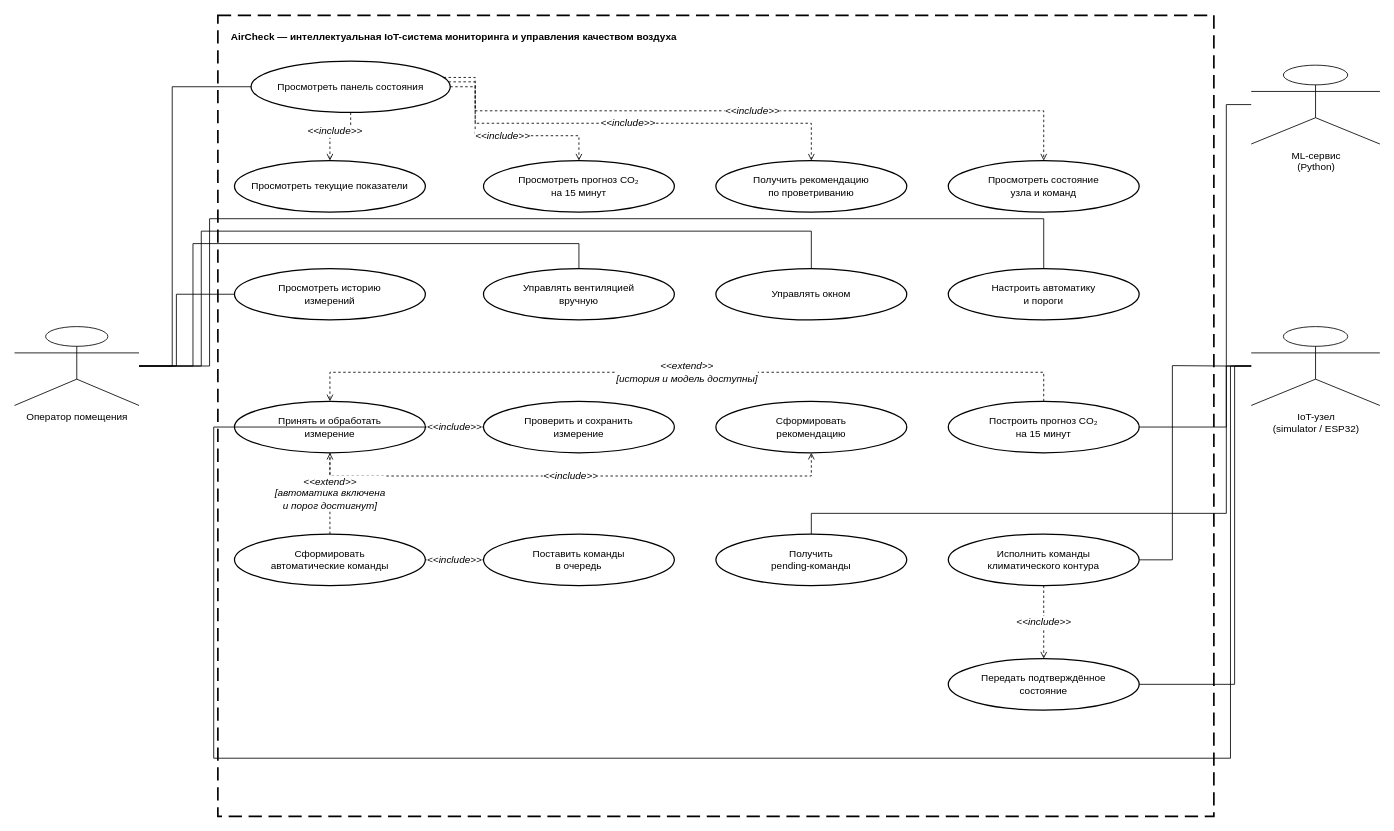
Above: docs/diagrams/use-case.drawio in Garun-mp4/air_check_system (draw.io), before the change. Source tidied: cells renumbered, new cells numbered last; positions are measured from the earlier drawing's top-left corner, leaving out a move shared by most shapes. Both pictures are drawn from the tidied source at 83%, with x=0, y=0 at pixel (14, 15).
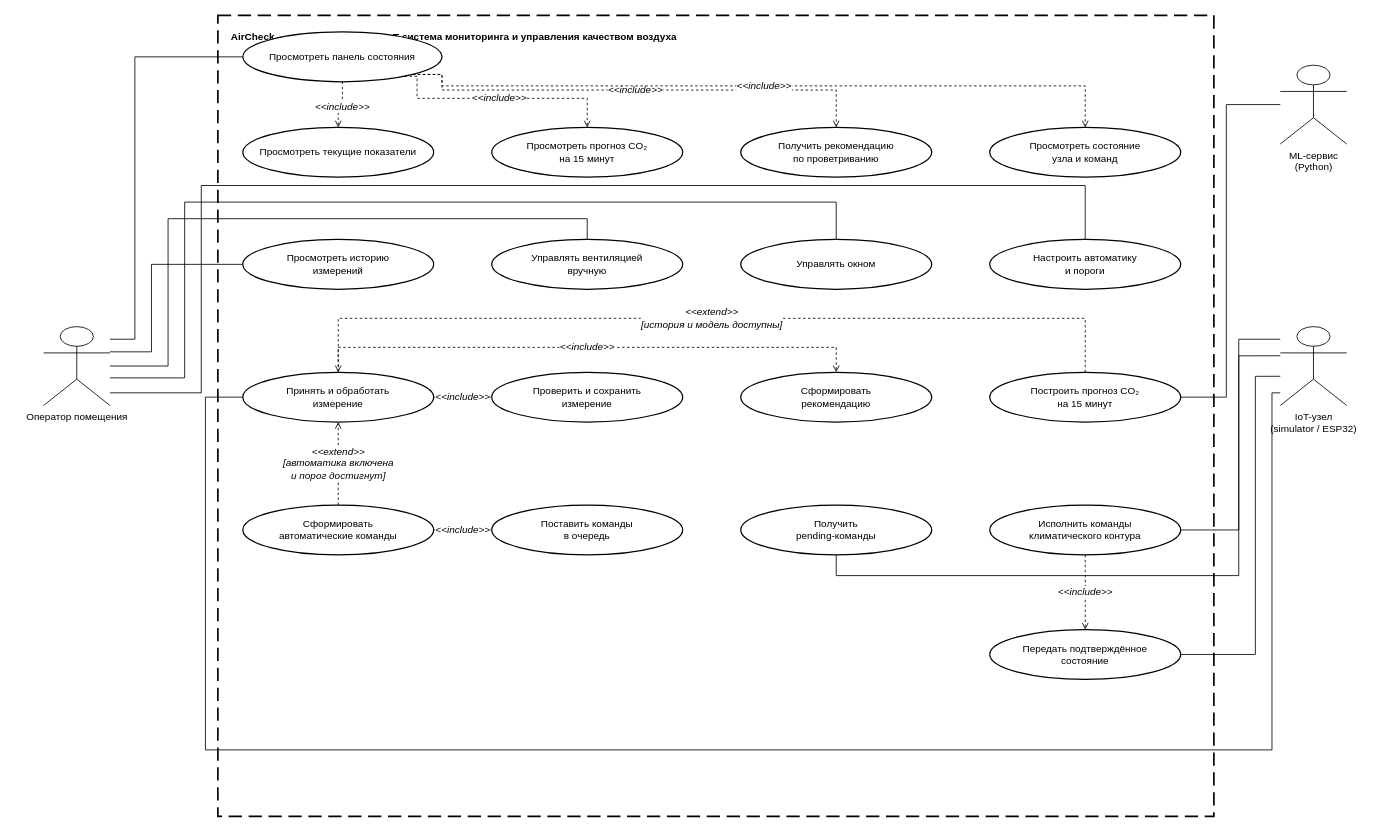
After the change.

Diff of the diagram source:
```diff
@@
     <mxCell id="3" value="Оператор помещения" style="shape=umlActor;verticalLabelPosition=bottom;verticalAlign=top;html=1;outlineConnect=0;" parent="1" vertex="1">
-      <mxGeometry y="375" width="150" height="95" as="geometry" />
+      <mxGeometry x="35" y="375" width="80" height="95" as="geometry" />
     </mxCell>
     <mxCell id="4" value="IoT-узел&#10;(simulator / ESP32)" style="shape=umlActor;verticalLabelPosition=bottom;verticalAlign=top;html=1;outlineConnect=0;" parent="1" vertex="1">
-      <mxGeometry x="1490" y="375" width="155" height="95" as="geometry" />
+      <mxGeometry x="1525" y="375" width="80" height="95" as="geometry" />
     </mxCell>
     <mxCell id="5" value="ML-сервис&#10;(Python)" style="shape=umlActor;verticalLabelPosition=bottom;verticalAlign=top;html=1;outlineConnect=0;" parent="1" vertex="1">
-      <mxGeometry x="1490" y="60" width="155" height="95" as="geometry" />
+      <mxGeometry x="1525" y="60" width="80" height="95" as="geometry" />
     </mxCell>
     <mxCell id="6" value="Просмотреть панель состояния" style="ellipse;whiteSpace=wrap;html=1;strokeWidth=1.5;" parent="1" vertex="1">
-      <mxGeometry x="285" y="55" width="240" height="62" as="geometry" />
+      <mxGeometry x="275" y="20" width="240" height="60" as="geometry" />
     </mxCell>
     <mxCell id="7" value="Просмотреть текущие показатели" style="ellipse;whiteSpace=wrap;html=1;strokeWidth=1.5;" parent="1" vertex="1">
-      <mxGeometry x="265" y="175" width="230" height="62" as="geometry" />
+      <mxGeometry x="275" y="135" width="230" height="60" as="geometry" />
     </mxCell>
     <mxCell id="8" value="Просмотреть прогноз CO₂&#10;на 15 минут" style="ellipse;whiteSpace=wrap;html=1;strokeWidth=1.5;" parent="1" vertex="1">
-      <mxGeometry x="565" y="175" width="230" height="62" as="geometry" />
+      <mxGeometry x="575" y="135" width="230" height="60" as="geometry" />
     </mxCell>
     <mxCell id="9" value="Получить рекомендацию&#10;по проветриванию" style="ellipse;whiteSpace=wrap;html=1;strokeWidth=1.5;" parent="1" vertex="1">
-      <mxGeometry x="845" y="175" width="230" height="62" as="geometry" />
+      <mxGeometry x="875" y="135" width="230" height="60" as="geometry" />
     </mxCell>
     <mxCell id="10" value="Просмотреть состояние&#10;узла и команд" style="ellipse;whiteSpace=wrap;html=1;strokeWidth=1.5;" parent="1" vertex="1">
-      <mxGeometry x="1125" y="175" width="230" height="62" as="geometry" />
+      <mxGeometry x="1175" y="135" width="230" height="60" as="geometry" />
     </mxCell>
     <mxCell id="11" value="Просмотреть историю&#10;измерений" style="ellipse;whiteSpace=wrap;html=1;strokeWidth=1.5;" parent="1" vertex="1">
-      <mxGeometry x="265" y="305" width="230" height="62" as="geometry" />
+      <mxGeometry x="275" y="270" width="230" height="60" as="geometry" />
     </mxCell>
     <mxCell id="12" value="Управлять вентиляцией&#10;вручную" style="ellipse;whiteSpace=wrap;html=1;strokeWidth=1.5;" parent="1" vertex="1">
-      <mxGeometry x="565" y="305" width="230" height="62" as="geometry" />
+      <mxGeometry x="575" y="270" width="230" height="60" as="geometry" />
     </mxCell>
     <mxCell id="13" value="Управлять окном" style="ellipse;whiteSpace=wrap;html=1;strokeWidth=1.5;" parent="1" vertex="1">
-      <mxGeometry x="845" y="305" width="230" height="62" as="geometry" />
+      <mxGeometry x="875" y="270" width="230" height="60" as="geometry" />
     </mxCell>
     <mxCell id="14" value="Настроить автоматику&#10;и пороги" style="ellipse;whiteSpace=wrap;html=1;strokeWidth=1.5;" parent="1" vertex="1">
-      <mxGeometry x="1125" y="305" width="230" height="62" as="geometry" />
+      <mxGeometry x="1175" y="270" width="230" height="60" as="geometry" />
     </mxCell>
     <mxCell id="15" value="Принять и обработать&#10;измерение" style="ellipse;whiteSpace=wrap;html=1;strokeWidth=1.5;" parent="1" vertex="1">
-      <mxGeometry x="265" y="465" width="230" height="62" as="geometry" />
+      <mxGeometry x="275" y="430" width="230" height="60" as="geometry" />
     </mxCell>
     <mxCell id="16" value="Проверить и сохранить&#10;измерение" style="ellipse;whiteSpace=wrap;html=1;strokeWidth=1.5;" parent="1" vertex="1">
-      <mxGeometry x="565" y="465" width="230" height="62" as="geometry" />
+      <mxGeometry x="575" y="430" width="230" height="60" as="geometry" />
     </mxCell>
     <mxCell id="17" value="Сформировать&#10;рекомендацию" style="ellipse;whiteSpace=wrap;html=1;strokeWidth=1.5;" parent="1" vertex="1">
-      <mxGeometry x="845" y="465" width="230" height="62" as="geometry" />
+      <mxGeometry x="875" y="430" width="230" height="60" as="geometry" />
     </mxCell>
     <mxCell id="18" value="Построить прогноз CO₂&#10;на 15 минут" style="ellipse;whiteSpace=wrap;html=1;strokeWidth=1.5;" parent="1" vertex="1">
-      <mxGeometry x="1125" y="465" width="230" height="62" as="geometry" />
+      <mxGeometry x="1175" y="430" width="230" height="60" as="geometry" />
     </mxCell>
     <mxCell id="19" value="Сформировать&#10;автоматические команды" style="ellipse;whiteSpace=wrap;html=1;strokeWidth=1.5;" parent="1" vertex="1">
-      <mxGeometry x="265" y="625" width="230" height="62" as="geometry" />
+      <mxGeometry x="275" y="590" width="230" height="60" as="geometry" />
     </mxCell>
     <mxCell id="20" value="Поставить команды&#10;в очередь" style="ellipse;whiteSpace=wrap;html=1;strokeWidth=1.5;" parent="1" vertex="1">
-      <mxGeometry x="565" y="625" width="230" height="62" as="geometry" />
+      <mxGeometry x="575" y="590" width="230" height="60" as="geometry" />
     </mxCell>
     <mxCell id="21" value="Получить&#10;pending-команды" style="ellipse;whiteSpace=wrap;html=1;strokeWidth=1.5;" parent="1" vertex="1">
-      <mxGeometry x="845" y="625" width="230" height="62" as="geometry" />
+      <mxGeometry x="875" y="590" width="230" height="60" as="geometry" />
     </mxCell>
     <mxCell id="22" value="Исполнить команды&#10;климатического контура" style="ellipse;whiteSpace=wrap;html=1;strokeWidth=1.5;" parent="1" vertex="1">
-      <mxGeometry x="1125" y="625" width="230" height="62" as="geometry" />
+      <mxGeometry x="1175" y="590" width="230" height="60" as="geometry" />
     </mxCell>
     <mxCell id="23" value="Передать подтверждённое&#10;состояние" style="ellipse;whiteSpace=wrap;html=1;strokeWidth=1.5;" parent="1" vertex="1">
-      <mxGeometry x="1125" y="775" width="230" height="62" as="geometry" />
+      <mxGeometry x="1175" y="740" width="230" height="60" as="geometry" />
     </mxCell>
-    <mxCell id="24" style="edgeStyle=orthogonalEdgeStyle;rounded=0;jettySize=auto;html=1;endArrow=none;startArrow=none;exitX=1;exitY=0.50;entryX=0;entryY=0.50;" parent="1" edge="1" source="3" target="6">
+    <mxCell id="24" style="edgeStyle=orthogonalEdgeStyle;rounded=0;jettySize=auto;html=1;endArrow=none;startArrow=none;exitX=1;exitY=0.16;entryX=0;entryY=0.5;" parent="1" edge="1" source="3" target="6">
       <mxGeometry relative="1" as="geometry">
         <Array as="points">
-          <mxPoint x="190" y="422" />
-          <mxPoint x="190" y="86" />
+          <mxPoint x="145" y="390" />
+          <mxPoint x="145" y="50" />
         </Array>
       </mxGeometry>
     </mxCell>
-    <mxCell id="25" style="edgeStyle=orthogonalEdgeStyle;rounded=0;jettySize=auto;html=1;endArrow=none;startArrow=none;exitX=1;exitY=0.50;entryX=0;entryY=0.50;" parent="1" edge="1" source="3" target="11">
+    <mxCell id="25" style="edgeStyle=orthogonalEdgeStyle;rounded=0;jettySize=auto;html=1;endArrow=none;startArrow=none;exitX=1;exitY=0.32;entryX=0;entryY=0.5;" parent="1" edge="1" source="3" target="11">
       <mxGeometry relative="1" as="geometry">
         <Array as="points">
-          <mxPoint x="195" y="422" />
-          <mxPoint x="195" y="336" />
+          <mxPoint x="165" y="405" />
+          <mxPoint x="165" y="300" />
         </Array>
       </mxGeometry>
     </mxCell>
-    <mxCell id="26" style="edgeStyle=orthogonalEdgeStyle;rounded=0;jettySize=auto;html=1;endArrow=none;startArrow=none;exitX=1;exitY=0.50;entryX=0.50;entryY=0;" parent="1" edge="1" source="3" target="12">
+    <mxCell id="26" style="edgeStyle=orthogonalEdgeStyle;rounded=0;jettySize=auto;html=1;endArrow=none;startArrow=none;exitX=1;exitY=0.5;entryX=0.5;entryY=0;" parent="1" edge="1" source="3" target="12">
       <mxGeometry relative="1" as="geometry">
         <Array as="points">
-          <mxPoint x="215" y="422" />
-          <mxPoint x="215" y="275" />
-          <mxPoint x="680" y="275" />
+          <mxPoint x="185" y="422" />
+          <mxPoint x="185" y="245" />
+          <mxPoint x="690" y="245" />
         </Array>
       </mxGeometry>
     </mxCell>
-    <mxCell id="27" style="edgeStyle=orthogonalEdgeStyle;rounded=0;jettySize=auto;html=1;endArrow=none;startArrow=none;exitX=1;exitY=0.50;entryX=0.50;entryY=0;" parent="1" edge="1" source="3" target="13">
+    <mxCell id="27" style="edgeStyle=orthogonalEdgeStyle;rounded=0;jettySize=auto;html=1;endArrow=none;startArrow=none;exitX=1;exitY=0.65;entryX=0.5;entryY=0;" parent="1" edge="1" source="3" target="13">
       <mxGeometry relative="1" as="geometry">
         <Array as="points">
-          <mxPoint x="225" y="422" />
-          <mxPoint x="225" y="260" />
-          <mxPoint x="960" y="260" />
+          <mxPoint x="205" y="437" />
+          <mxPoint x="205" y="225" />
+          <mxPoint x="990" y="225" />
         </Array>
       </mxGeometry>
     </mxCell>
-    <mxCell id="28" style="edgeStyle=orthogonalEdgeStyle;rounded=0;jettySize=auto;html=1;endArrow=none;startArrow=none;exitX=1;exitY=0.50;entryX=0.50;entryY=0;" parent="1" edge="1" source="3" target="14">
+    <mxCell id="28" style="edgeStyle=orthogonalEdgeStyle;rounded=0;jettySize=auto;html=1;endArrow=none;startArrow=none;exitX=1;exitY=0.84;entryX=0.5;entryY=0;" parent="1" edge="1" source="3" target="14">
       <mxGeometry relative="1" as="geometry">
         <Array as="points">
-          <mxPoint x="235" y="422" />
-          <mxPoint x="235" y="245" />
-          <mxPoint x="1240" y="245" />
+          <mxPoint x="225" y="455" />
+          <mxPoint x="225" y="205" />
+          <mxPoint x="1290" y="205" />
         </Array>
       </mxGeometry>
     </mxCell>
-    <mxCell id="29" style="edgeStyle=orthogonalEdgeStyle;rounded=0;jettySize=auto;html=1;endArrow=none;startArrow=none;exitX=0;exitY=0.50;entryX=0.50;entryY=0;" parent="1" edge="1" source="4" target="21">
+    <mxCell id="29" style="edgeStyle=orthogonalEdgeStyle;rounded=0;jettySize=auto;html=1;endArrow=none;startArrow=none;exitX=0;exitY=0.16;entryX=0.5;entryY=1;" parent="1" edge="1" source="4" target="21">
       <mxGeometry relative="1" as="geometry">
         <Array as="points">
-          <mxPoint x="1460" y="422" />
-          <mxPoint x="1460" y="600" />
-          <mxPoint x="960" y="600" />
+          <mxPoint x="1475" y="390" />
+          <mxPoint x="1475" y="675" />
+          <mxPoint x="990" y="675" />
         </Array>
       </mxGeometry>
     </mxCell>
-    <mxCell id="30" style="edgeStyle=orthogonalEdgeStyle;rounded=0;jettySize=auto;html=1;endArrow=none;startArrow=none;exitX=0;exitY=0.50;entryX=1;entryY=0.50;" parent="1" edge="1" source="4" target="22">
+    <mxCell id="30" style="edgeStyle=orthogonalEdgeStyle;rounded=0;jettySize=auto;html=1;endArrow=none;startArrow=none;exitX=0;exitY=0.37;entryX=1;entryY=0.5;" parent="1" edge="1" source="4" target="22">
       <mxGeometry relative="1" as="geometry">
         <Array as="points">
-          <mxPoint x="1460" y="422" />
-          <mxPoint x="1395" y="422" />
-          <mxPoint x="1395" y="656" />
+          <mxPoint x="1475" y="410" />
+          <mxPoint x="1475" y="620" />
         </Array>
       </mxGeometry>
     </mxCell>
-    <mxCell id="31" style="edgeStyle=orthogonalEdgeStyle;rounded=0;jettySize=auto;html=1;endArrow=none;startArrow=none;exitX=0;exitY=0.50;entryX=1;entryY=0.50;" parent="1" edge="1" source="4" target="23">
+    <mxCell id="31" style="edgeStyle=orthogonalEdgeStyle;rounded=0;jettySize=auto;html=1;endArrow=none;startArrow=none;exitX=0;exitY=0.63;entryX=1;entryY=0.5;" parent="1" edge="1" source="4" target="23">
       <mxGeometry relative="1" as="geometry">
         <Array as="points">
-          <mxPoint x="1470" y="422" />
-          <mxPoint x="1470" y="806" />
-          <mxPoint x="1355" y="806" />
+          <mxPoint x="1495" y="435" />
+          <mxPoint x="1495" y="770" />
         </Array>
       </mxGeometry>
     </mxCell>
-    <mxCell id="32" style="edgeStyle=orthogonalEdgeStyle;rounded=0;jettySize=auto;html=1;endArrow=none;startArrow=none;exitX=0;exitY=0.50;entryX=1;entryY=0.50;" parent="1" edge="1" source="4" target="15">
+    <mxCell id="32" style="edgeStyle=orthogonalEdgeStyle;rounded=0;jettySize=auto;html=1;endArrow=none;startArrow=none;exitX=0;exitY=0.84;entryX=0;entryY=0.5;" parent="1" edge="1" source="4" target="15">
       <mxGeometry relative="1" as="geometry">
         <Array as="points">
-          <mxPoint x="1465" y="422" />
-          <mxPoint x="1465" y="895" />
-          <mxPoint x="240" y="895" />
-          <mxPoint x="240" y="496" />
+          <mxPoint x="1515" y="455" />
+          <mxPoint x="1515" y="885" />
+          <mxPoint x="230" y="885" />
+          <mxPoint x="230" y="460" />
         </Array>
       </mxGeometry>
     </mxCell>
-    <mxCell id="33" style="edgeStyle=orthogonalEdgeStyle;rounded=0;jettySize=auto;html=1;endArrow=none;startArrow=none;exitX=0;exitY=0.50;entryX=1;entryY=0.50;" parent="1" edge="1" source="5" target="18">
+    <mxCell id="33" style="edgeStyle=orthogonalEdgeStyle;rounded=0;jettySize=auto;html=1;endArrow=none;startArrow=none;exitX=0;exitY=0.5;entryX=1;entryY=0.5;" parent="1" edge="1" source="5" target="18">
       <mxGeometry relative="1" as="geometry">
         <Array as="points">
           <mxPoint x="1460" y="107" />
-          <mxPoint x="1460" y="496" />
-          <mxPoint x="1355" y="496" />
+          <mxPoint x="1460" y="460" />
         </Array>
       </mxGeometry>
     </mxCell>
-    <mxCell id="34" value="&amp;lt;&amp;lt;include&amp;gt;&amp;gt;" style="edgeStyle=orthogonalEdgeStyle;rounded=0;jettySize=auto;html=1;dashed=1;endArrow=open;endFill=0;fontSize=12;fontStyle=2;labelBackgroundColor=#ffffff;exitX=0.50;exitY=1;entryX=0.50;entryY=0;" parent="1" edge="1" source="6" target="7">
+    <mxCell id="34" value="&amp;lt;&amp;lt;include&amp;gt;&amp;gt;" style="edgeStyle=orthogonalEdgeStyle;rounded=0;jettySize=auto;html=1;dashed=1;endArrow=open;endFill=0;fontSize=12;fontStyle=2;labelBackgroundColor=#ffffff;exitX=0.5;exitY=1;entryX=0.5;entryY=0;" parent="1" edge="1" source="6" target="7">
       <mxGeometry relative="1" as="geometry">
         <Array as="points">
-          <mxPoint x="405" y="140" />
+          <mxPoint x="390" y="110" />
         </Array>
       </mxGeometry>
     </mxCell>
-    <mxCell id="35" value="&amp;lt;&amp;lt;include&amp;gt;&amp;gt;" style="edgeStyle=orthogonalEdgeStyle;rounded=0;jettySize=auto;html=1;dashed=1;endArrow=open;endFill=0;fontSize=12;fontStyle=2;labelBackgroundColor=#ffffff;exitX=1;exitY=0.50;entryX=0.50;entryY=0;" parent="1" edge="1" source="6" target="8">
+    <mxCell id="35" value="&amp;lt;&amp;lt;include&amp;gt;&amp;gt;" style="edgeStyle=orthogonalEdgeStyle;rounded=0;jettySize=auto;html=1;dashed=1;endArrow=open;endFill=0;fontSize=12;fontStyle=2;labelBackgroundColor=#ffffff;exitX=0.9;exitY=1;entryX=0.5;entryY=0;" parent="1" edge="1" source="6" target="8">
       <mxGeometry relative="1" as="geometry">
         <Array as="points">
-          <mxPoint x="555" y="145" />
-          <mxPoint x="680" y="145" />
+          <mxPoint x="485" y="100" />
+          <mxPoint x="690" y="100" />
         </Array>
       </mxGeometry>
     </mxCell>
-    <mxCell id="36" value="&amp;lt;&amp;lt;include&amp;gt;&amp;gt;" style="edgeStyle=orthogonalEdgeStyle;rounded=0;jettySize=auto;html=1;dashed=1;endArrow=open;endFill=0;fontSize=12;fontStyle=2;labelBackgroundColor=#ffffff;exitX=1;exitY=0.40;entryX=0.50;entryY=0;" parent="1" edge="1" source="6" target="9">
+    <mxCell id="36" value="&amp;lt;&amp;lt;include&amp;gt;&amp;gt;" style="edgeStyle=orthogonalEdgeStyle;rounded=0;jettySize=auto;html=1;dashed=1;endArrow=open;endFill=0;fontSize=12;fontStyle=2;labelBackgroundColor=#ffffff;exitX=1;exitY=1;entryX=0.5;entryY=0;" parent="1" edge="1" source="6" target="9">
       <mxGeometry relative="1" as="geometry">
         <Array as="points">
-          <mxPoint x="555" y="130" />
-          <mxPoint x="960" y="130" />
+          <mxPoint x="515" y="90" />
+          <mxPoint x="990" y="90" />
         </Array>
       </mxGeometry>
     </mxCell>
-    <mxCell id="37" value="&amp;lt;&amp;lt;include&amp;gt;&amp;gt;" style="edgeStyle=orthogonalEdgeStyle;rounded=0;jettySize=auto;html=1;dashed=1;endArrow=open;endFill=0;fontSize=12;fontStyle=2;labelBackgroundColor=#ffffff;exitX=1;exitY=0.30;entryX=0.50;entryY=0;" parent="1" edge="1" source="6" target="10">
+    <mxCell id="37" value="&amp;lt;&amp;lt;include&amp;gt;&amp;gt;" style="edgeStyle=orthogonalEdgeStyle;rounded=0;jettySize=auto;html=1;dashed=1;endArrow=open;endFill=0;fontSize=12;fontStyle=2;labelBackgroundColor=#ffffff;exitX=1;exitY=1;entryX=0.5;entryY=0;" parent="1" edge="1" source="6" target="10">
       <mxGeometry relative="1" as="geometry">
         <Array as="points">
-          <mxPoint x="555" y="115" />
-          <mxPoint x="1240" y="115" />
+          <mxPoint x="515" y="85" />
+          <mxPoint x="1290" y="85" />
         </Array>
       </mxGeometry>
     </mxCell>
-    <mxCell id="38" value="&amp;lt;&amp;lt;include&amp;gt;&amp;gt;" style="edgeStyle=orthogonalEdgeStyle;rounded=0;jettySize=auto;html=1;dashed=1;endArrow=open;endFill=0;fontSize=12;fontStyle=2;labelBackgroundColor=#ffffff;exitX=1;exitY=0.50;entryX=0;entryY=0.50;" parent="1" edge="1" source="15" target="16">
-      <mxGeometry relative="1" as="geometry">
-        <Array as="points">
-          <mxPoint x="530" y="496" />
-        </Array>
-      </mxGeometry>
+    <mxCell id="38" value="&amp;lt;&amp;lt;include&amp;gt;&amp;gt;" style="edgeStyle=orthogonalEdgeStyle;rounded=0;jettySize=auto;html=1;dashed=1;endArrow=open;endFill=0;fontSize=12;fontStyle=2;labelBackgroundColor=#ffffff;exitX=1;exitY=0.5;entryX=0;entryY=0.5;" parent="1" edge="1" source="15" target="16">
+      <mxGeometry relative="1" as="geometry" />
     </mxCell>
-    <mxCell id="39" value="&amp;lt;&amp;lt;include&amp;gt;&amp;gt;" style="edgeStyle=orthogonalEdgeStyle;rounded=0;jettySize=auto;html=1;dashed=1;endArrow=open;endFill=0;fontSize=12;fontStyle=2;labelBackgroundColor=#ffffff;exitX=0.50;exitY=1;entryX=0.50;entryY=1;" parent="1" edge="1" source="15" target="17">
+    <mxCell id="39" value="&amp;lt;&amp;lt;include&amp;gt;&amp;gt;" style="edgeStyle=orthogonalEdgeStyle;rounded=0;jettySize=auto;html=1;dashed=1;endArrow=open;endFill=0;fontSize=12;fontStyle=2;labelBackgroundColor=#ffffff;exitX=0.5;exitY=0;entryX=0.5;entryY=0;" parent="1" edge="1" source="15" target="17">
       <mxGeometry relative="1" as="geometry">
         <Array as="points">
-          <mxPoint x="380" y="555" />
-          <mxPoint x="960" y="555" />
+          <mxPoint x="390" y="400" />
+          <mxPoint x="990" y="400" />
         </Array>
       </mxGeometry>
     </mxCell>
-    <mxCell id="40" value="&amp;lt;&amp;lt;extend&amp;gt;&amp;gt;&#10;[история и модель доступны]" style="edgeStyle=orthogonalEdgeStyle;rounded=0;jettySize=auto;html=1;dashed=1;endArrow=open;endFill=0;fontSize=12;fontStyle=2;labelBackgroundColor=#ffffff;exitX=0.50;exitY=0;entryX=0.50;entryY=0;" parent="1" edge="1" source="18" target="15">
+    <mxCell id="40" value="&amp;lt;&amp;lt;extend&amp;gt;&amp;gt;&#10;[история и модель доступны]" style="edgeStyle=orthogonalEdgeStyle;rounded=0;jettySize=auto;html=1;dashed=1;endArrow=open;endFill=0;fontSize=12;fontStyle=2;labelBackgroundColor=#ffffff;exitX=0.5;exitY=0;entryX=0.5;entryY=0;" parent="1" edge="1" source="18" target="15">
       <mxGeometry relative="1" as="geometry">
         <Array as="points">
-          <mxPoint x="1240" y="430" />
-          <mxPoint x="380" y="430" />
+          <mxPoint x="1290" y="365" />
+          <mxPoint x="390" y="365" />
         </Array>
       </mxGeometry>
     </mxCell>
-    <mxCell id="41" value="&amp;lt;&amp;lt;extend&amp;gt;&amp;gt;&#10;[автоматика включена&#10;и порог достигнут]" style="edgeStyle=orthogonalEdgeStyle;rounded=0;jettySize=auto;html=1;dashed=1;endArrow=open;endFill=0;fontSize=12;fontStyle=2;labelBackgroundColor=#ffffff;exitX=0.50;exitY=0;entryX=0.50;entryY=1;" parent="1" edge="1" source="19" target="15">
+    <mxCell id="41" value="&amp;lt;&amp;lt;extend&amp;gt;&amp;gt;&#10;[автоматика включена&#10;и порог достигнут]" style="edgeStyle=orthogonalEdgeStyle;rounded=0;jettySize=auto;html=1;dashed=1;endArrow=open;endFill=0;fontSize=12;fontStyle=2;labelBackgroundColor=#ffffff;exitX=0.5;exitY=0;entryX=0.5;entryY=1;" parent="1" edge="1" source="19" target="15">
       <mxGeometry relative="1" as="geometry">
         <Array as="points">
-          <mxPoint x="380" y="575" />
-          <mxPoint x="380" y="540" />
+          <mxPoint x="390" y="540" />
         </Array>
       </mxGeometry>
     </mxCell>
-    <mxCell id="42" value="&amp;lt;&amp;lt;include&amp;gt;&amp;gt;" style="edgeStyle=orthogonalEdgeStyle;rounded=0;jettySize=auto;html=1;dashed=1;endArrow=open;endFill=0;fontSize=12;fontStyle=2;labelBackgroundColor=#ffffff;exitX=1;exitY=0.50;entryX=0;entryY=0.50;" parent="1" edge="1" source="19" target="20">
-      <mxGeometry relative="1" as="geometry">
-        <Array as="points">
-          <mxPoint x="530" y="656" />
-        </Array>
-      </mxGeometry>
+    <mxCell id="42" value="&amp;lt;&amp;lt;include&amp;gt;&amp;gt;" style="edgeStyle=orthogonalEdgeStyle;rounded=0;jettySize=auto;html=1;dashed=1;endArrow=open;endFill=0;fontSize=12;fontStyle=2;labelBackgroundColor=#ffffff;exitX=1;exitY=0.5;entryX=0;entryY=0.5;" parent="1" edge="1" source="19" target="20">
+      <mxGeometry relative="1" as="geometry" />
     </mxCell>
-    <mxCell id="43" value="&amp;lt;&amp;lt;include&amp;gt;&amp;gt;" style="edgeStyle=orthogonalEdgeStyle;rounded=0;jettySize=auto;html=1;dashed=1;endArrow=open;endFill=0;fontSize=12;fontStyle=2;labelBackgroundColor=#ffffff;exitX=0.50;exitY=1;entryX=0.50;entryY=0;" parent="1" edge="1" source="22" target="23">
-      <mxGeometry relative="1" as="geometry">
-        <Array as="points">
-          <mxPoint x="1240" y="750" />
-        </Array>
-      </mxGeometry>
+    <mxCell id="43" value="&amp;lt;&amp;lt;include&amp;gt;&amp;gt;" style="edgeStyle=orthogonalEdgeStyle;rounded=0;jettySize=auto;html=1;dashed=1;endArrow=open;endFill=0;fontSize=12;fontStyle=2;labelBackgroundColor=#ffffff;exitX=0.5;exitY=1;entryX=0.5;entryY=0;" parent="1" edge="1" source="22" target="23">
+      <mxGeometry relative="1" as="geometry" />
     </mxCell>
```
